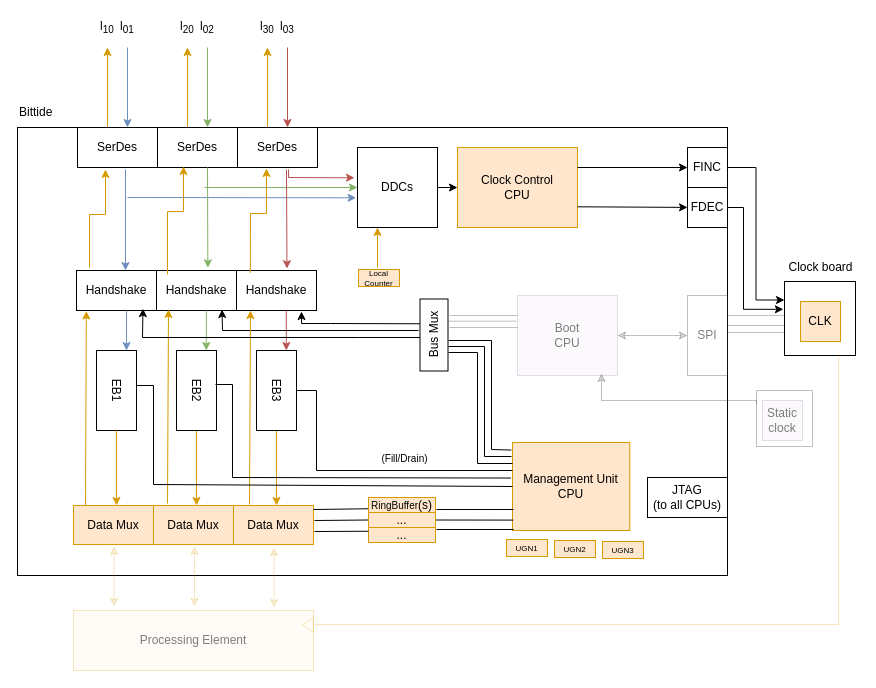
This is docs/diagrams/bittide-mu-diagram.drawio from bittide/bittide-hardware, a draw.io file, before an edit. Source tidied: cells renumbered, new cells numbered last; positions are measured from the earlier drawing's top-left corner, leaving out a move shared by most shapes. Both pictures are drawn from the tidied source at 100%, with x=0, y=0 at pixel (17, 17).
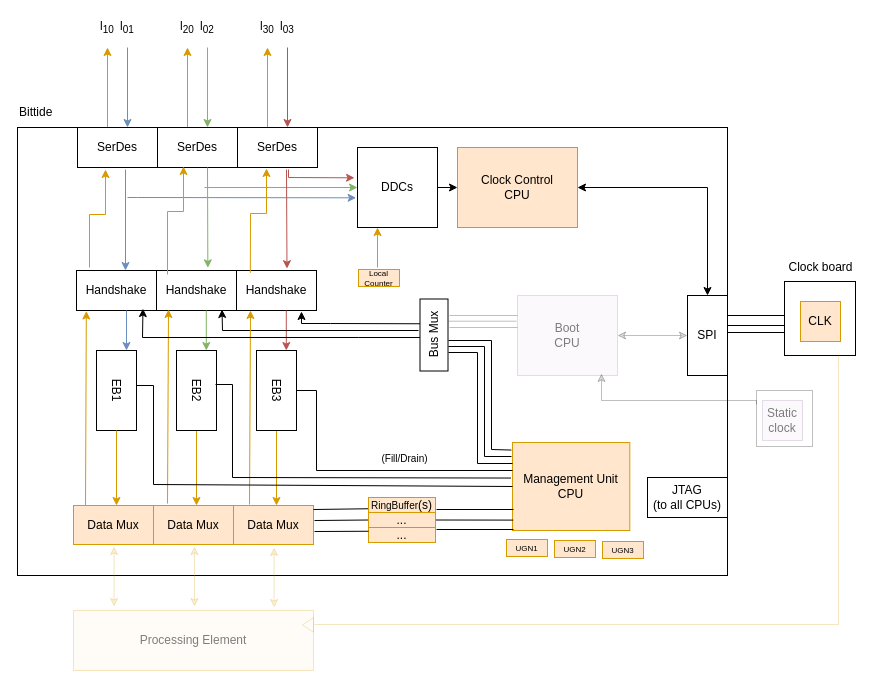
After the change.

Unchanged cells that the change refers to:
```xml
<mxCell id="2" style="rounded=0;whiteSpace=wrap;html=1;fillOpacity=100;strokeOpacity=100;" parent="1" vertex="1">
  <mxGeometry x="767" y="264" width="71" height="74" as="geometry" />
</mxCell>
<mxCell id="34" value="&lt;div&gt;Clock Control&lt;/div&gt;&lt;div&gt;CPU&lt;/div&gt;" style="rounded=0;whiteSpace=wrap;html=1;fillColor=#ffe6cc;strokeColor=#d79b00;fillOpacity=100;strokeOpacity=100;arcSize=12;" parent="1" vertex="1">
  <mxGeometry x="440" y="130" width="120" height="80" as="geometry" />
</mxCell>
```

Change to the diagram source:
```diff
@@
+    <mxCell id="104" style="edgeStyle=orthogonalEdgeStyle;rounded=0;jettySize=auto;html=1;exitX=1;exitY=0.5;exitDx=0;exitDy=0;entryX=0.5;entryY=0;entryDx=0;entryDy=0;startArrow=classic;endArrow=classic;fillOpacity=100;strokeOpacity=100;arcSize=12;" parent="1" edge="1" source="34" target="42">
+      <mxGeometry relative="1" as="geometry" />
+    </mxCell>
@@
-    <mxCell id="36" style="edgeStyle=orthogonalEdgeStyle;rounded=0;jettySize=auto;html=1;exitX=1;exitY=0.5;exitDx=0;exitDy=0;entryX=0;entryY=0.25;entryDx=0;entryDy=0;fillOpacity=100;strokeOpacity=100;arcSize=12;" parent="1" edge="1" source="37" target="2">
-      <mxGeometry relative="1" as="geometry" />
-    </mxCell>
-    <mxCell id="37" value="FINC" style="rounded=0;whiteSpace=wrap;html=1;fillOpacity=100;strokeOpacity=100;arcSize=12;" parent="1" vertex="1">
-      <mxGeometry x="670" y="130" width="40" height="40" as="geometry" />
-    </mxCell>
-    <mxCell id="38" value="FDEC" style="rounded=0;whiteSpace=wrap;html=1;fillOpacity=100;strokeOpacity=100;arcSize=12;" parent="1" vertex="1">
-      <mxGeometry x="670" y="170" width="40" height="40" as="geometry" />
-    </mxCell>
-    <mxCell id="39" style="endArrow=classic;html=1;rounded=0;fillOpacity=100;strokeOpacity=100;arcSize=12;" parent="1" edge="1" target="37">
-      <mxGeometry relative="1" as="geometry">
-        <mxPoint x="560" y="150" as="sourcePoint" />
-      </mxGeometry>
-    </mxCell>
-    <mxCell id="40" style="endArrow=classic;html=1;rounded=0;fillOpacity=100;strokeOpacity=100;arcSize=12;" parent="1" edge="1" target="38">
-      <mxGeometry relative="1" as="geometry">
-        <mxPoint x="560" y="189.3" as="sourcePoint" />
-      </mxGeometry>
-    </mxCell>
-    <mxCell id="41" style="edgeStyle=orthogonalEdgeStyle;rounded=0;jettySize=auto;html=1;exitX=1;exitY=0.25;exitDx=0;exitDy=0;entryX=0;entryY=0.5;entryDx=0;entryDy=0;endArrow=none;endFill=0;fillOpacity=15;strokeOpacity=25;" parent="1" edge="1" source="42" target="2">
+    <mxCell id="41" style="edgeStyle=orthogonalEdgeStyle;rounded=0;jettySize=auto;html=1;exitX=1;exitY=0.25;exitDx=0;exitDy=0;entryX=0;entryY=0.5;entryDx=0;entryDy=0;endArrow=none;endFill=0;fillOpacity=100;strokeOpacity=100;" parent="1" edge="1" source="42" target="2">
       <mxGeometry relative="1" as="geometry">
         <Array as="points">
           <mxPoint x="767" y="298" />
         </Array>
       </mxGeometry>
     </mxCell>
-    <mxCell id="42" value="SPI" style="rounded=0;whiteSpace=wrap;html=1;fillOpacity=15;strokeOpacity=25;textOpacity=50;" parent="1" vertex="1">
+    <mxCell id="42" value="SPI" style="rounded=0;whiteSpace=wrap;html=1;fillOpacity=100;strokeOpacity=100;" parent="1" vertex="1">
       <mxGeometry x="670" y="278" width="40" height="80" as="geometry" />
     </mxCell>
@@
-    <mxCell id="65" style="edgeStyle=orthogonalEdgeStyle;rounded=0;orthogonalLoop=1;jettySize=auto;html=1;exitX=1;exitY=0.25;exitDx=0;exitDy=0;entryX=0;entryY=0.5;entryDx=0;entryDy=0;endArrow=none;endFill=0;fillOpacity=15;strokeOpacity=25;" parent="1" edge="1">
+    <mxCell id="65" style="edgeStyle=orthogonalEdgeStyle;rounded=0;orthogonalLoop=1;jettySize=auto;html=1;exitX=1;exitY=0.25;exitDx=0;exitDy=0;entryX=0;entryY=0.5;entryDx=0;entryDy=0;endArrow=none;endFill=0;fillOpacity=100;strokeOpacity=100;" parent="1" edge="1">
       <mxGeometry relative="1" as="geometry">
         <mxPoint x="710" y="308" as="sourcePoint" />
         <mxPoint x="767" y="311" as="targetPoint" />
         <Array as="points">
           <mxPoint x="767" y="308" />
         </Array>
       </mxGeometry>
     </mxCell>
-    <mxCell id="66" style="edgeStyle=orthogonalEdgeStyle;rounded=0;orthogonalLoop=1;jettySize=auto;html=1;exitX=1;exitY=0.25;exitDx=0;exitDy=0;entryX=0;entryY=0.5;entryDx=0;entryDy=0;endArrow=none;endFill=0;fillOpacity=15;strokeOpacity=25;" parent="1" edge="1">
+    <mxCell id="66" style="edgeStyle=orthogonalEdgeStyle;rounded=0;orthogonalLoop=1;jettySize=auto;html=1;exitX=1;exitY=0.25;exitDx=0;exitDy=0;entryX=0;entryY=0.5;entryDx=0;entryDy=0;endArrow=none;endFill=0;fillOpacity=100;strokeOpacity=100;" parent="1" edge="1">
       <mxGeometry relative="1" as="geometry">
         <mxPoint x="710" y="315" as="sourcePoint" />
         <mxPoint x="767" y="318" as="targetPoint" />
         <Array as="points">
           <mxPoint x="767" y="315" />
         </Array>
       </mxGeometry>
     </mxCell>
-    <mxCell id="67" style="edgeStyle=orthogonalEdgeStyle;rounded=0;jettySize=auto;html=1;entryX=-0.016;entryY=0.376;entryDx=0;entryDy=0;entryPerimeter=0;fillOpacity=100;strokeOpacity=100;arcSize=12;" parent="1" edge="1" source="38" target="2">
-      <mxGeometry relative="1" as="geometry">
-        <Array as="points">
-          <mxPoint x="726" y="190" />
-          <mxPoint x="726" y="292" />
-        </Array>
-      </mxGeometry>
-    </mxCell>
```
